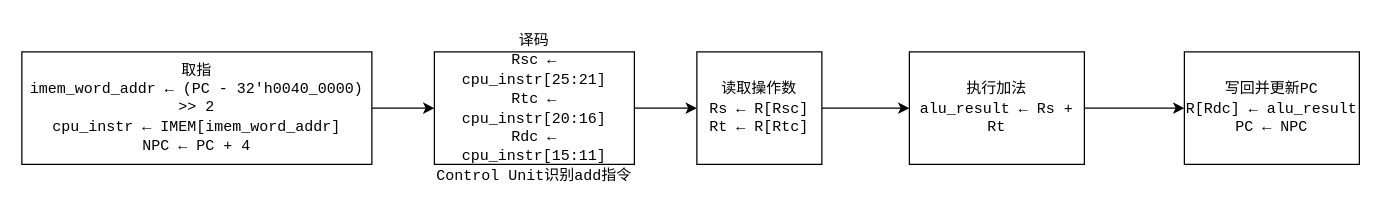
The draw.io diagram Add指令流程图.drawio in LV-ZHU/Computer_Organization_and_Architecture_Course_Design, before the edit. Source tidied: cells renumbered, new cells numbered last; positions are measured from the earlier drawing's top-left corner, leaving out a move shared by most shapes. Both pictures are drawn from the tidied source at 125%, with x=0, y=0 at pixel (21, 51).
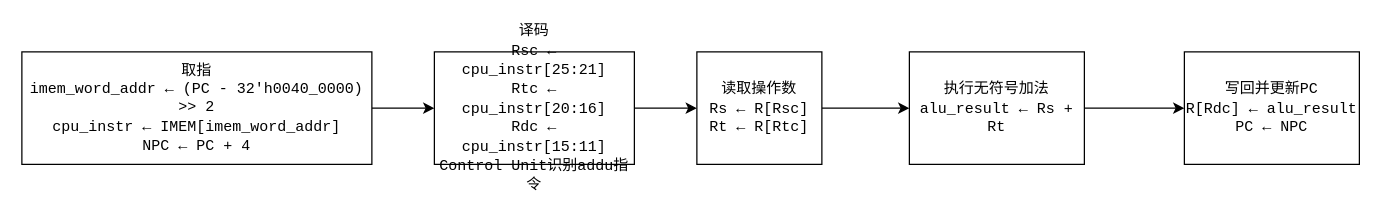
The same diagram, later.

Commit message:
更新Addu指令流程图.drawio

Diff of the diagram source:
```diff
@@
 <mxGraphModel>
   <root>
     <mxCell id="0" />
     <mxCell id="1" parent="0" />
     <mxCell id="2" style="edgeStyle=orthogonalEdgeStyle;rounded=0;jettySize=auto;html=1;" parent="1" edge="1" source="3" target="5">
       <mxGeometry relative="1" as="geometry" />
     </mxCell>
     <mxCell id="3" value="取指&lt;div&gt;&lt;code dir=&quot;ltr&quot;&gt;imem_word_addr ← (PC - 32'h0040_0000) &amp;gt;&amp;gt; 2&lt;/code&gt;&lt;br&gt;&lt;code dir=&quot;ltr&quot;&gt;cpu_instr ← IMEM[imem_word_addr]&lt;/code&gt;&lt;br&gt;&lt;code dir=&quot;ltr&quot;&gt;NPC ← PC + 4&lt;/code&gt;&lt;/div&gt;" style="whiteSpace=wrap;html=1;" parent="1" vertex="1">
       <mxGeometry width="280" height="90" as="geometry" />
     </mxCell>
     <mxCell id="4" style="edgeStyle=orthogonalEdgeStyle;rounded=0;jettySize=auto;html=1;" parent="1" edge="1" source="5" target="7">
       <mxGeometry relative="1" as="geometry" />
     </mxCell>
-    <mxCell id="5" value="&lt;div&gt;&lt;code dir=&quot;ltr&quot;&gt;译码&lt;/code&gt;&lt;/div&gt;&lt;code dir=&quot;ltr&quot;&gt;Rsc ← cpu_instr[25:21]&lt;/code&gt;&lt;br&gt;&lt;code dir=&quot;ltr&quot;&gt;Rtc ← cpu_instr[20:16]&lt;/code&gt;&lt;br&gt;&lt;code dir=&quot;ltr&quot;&gt;Rdc ← cpu_instr[15:11]&lt;/code&gt;&lt;br&gt;&lt;code dir=&quot;ltr&quot;&gt;Control Unit识别add指令&lt;/code&gt;" style="whiteSpace=wrap;html=1;" parent="1" vertex="1">
+    <mxCell id="5" value="&lt;div&gt;&lt;code dir=&quot;ltr&quot;&gt;译码&lt;/code&gt;&lt;/div&gt;&lt;code dir=&quot;ltr&quot;&gt;Rsc ← cpu_instr[25:21]&lt;/code&gt;&lt;br&gt;&lt;code dir=&quot;ltr&quot;&gt;Rtc ← cpu_instr[20:16]&lt;/code&gt;&lt;br&gt;&lt;code dir=&quot;ltr&quot;&gt;Rdc ← cpu_instr[15:11]&lt;/code&gt;&lt;br&gt;&lt;code dir=&quot;ltr&quot;&gt;Control Unit识别addu指令&lt;/code&gt;" style="whiteSpace=wrap;html=1;" parent="1" vertex="1">
       <mxGeometry x="330" width="160" height="90" as="geometry" />
     </mxCell>
     <mxCell id="6" style="edgeStyle=orthogonalEdgeStyle;rounded=0;jettySize=auto;html=1;" parent="1" edge="1" source="7" target="9">
       <mxGeometry relative="1" as="geometry" />
     </mxCell>
     <mxCell id="7" value="&lt;div&gt;&lt;font face=&quot;monospace&quot;&gt;读取操作数&lt;/font&gt;&lt;/div&gt;&lt;div&gt;&lt;code dir=&quot;ltr&quot;&gt;Rs ← R[Rsc]&lt;/code&gt;&lt;br&gt;&lt;code dir=&quot;ltr&quot;&gt;Rt ← R[Rtc]&lt;/code&gt;&lt;font face=&quot;monospace&quot;&gt;&lt;/font&gt;&lt;/div&gt;" style="whiteSpace=wrap;html=1;" parent="1" vertex="1">
       <mxGeometry x="540" width="100" height="90" as="geometry" />
     </mxCell>
     <mxCell id="8" style="edgeStyle=orthogonalEdgeStyle;rounded=0;jettySize=auto;html=1;" parent="1" edge="1" source="9" target="10">
       <mxGeometry relative="1" as="geometry" />
     </mxCell>
-    <mxCell id="9" value="&lt;div&gt;&lt;code&gt;执行加法&lt;/code&gt;&lt;/div&gt;&lt;code&gt;alu_result ← Rs + Rt&lt;/code&gt;" style="whiteSpace=wrap;html=1;" parent="1" vertex="1">
+    <mxCell id="9" value="&lt;div&gt;&lt;code&gt;执行无符号加法&lt;/code&gt;&lt;/div&gt;&lt;code&gt;alu_result ← Rs + Rt&lt;/code&gt;" style="whiteSpace=wrap;html=1;" parent="1" vertex="1">
       <mxGeometry x="710" width="140" height="90" as="geometry" />
     </mxCell>
     <mxCell id="10" value="&lt;font face=&quot;monospace&quot;&gt;写回并更新PC&lt;/font&gt;&lt;div&gt;&lt;code dir=&quot;ltr&quot;&gt;R[Rdc] ← alu_result&lt;/code&gt;&lt;br&gt;&lt;code dir=&quot;ltr&quot;&gt;PC ← NPC&lt;/code&gt;&lt;font face=&quot;monospace&quot;&gt;&lt;/font&gt;&lt;/div&gt;" style="whiteSpace=wrap;html=1;" parent="1" vertex="1">
       <mxGeometry x="930" width="140" height="90" as="geometry" />
     </mxCell>
   </root>
 </mxGraphModel>
```
